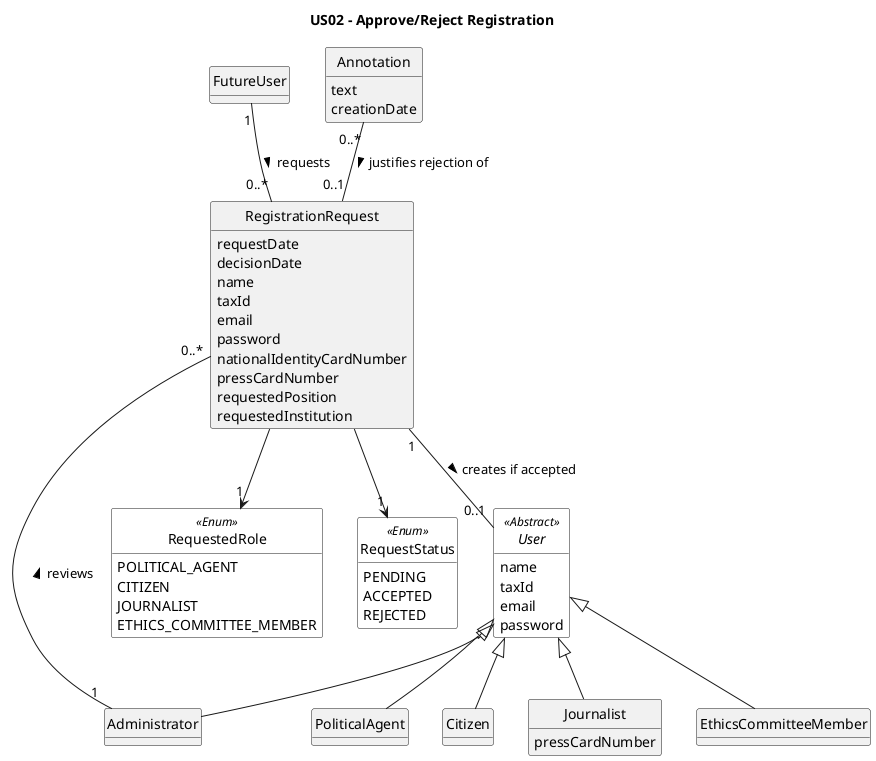
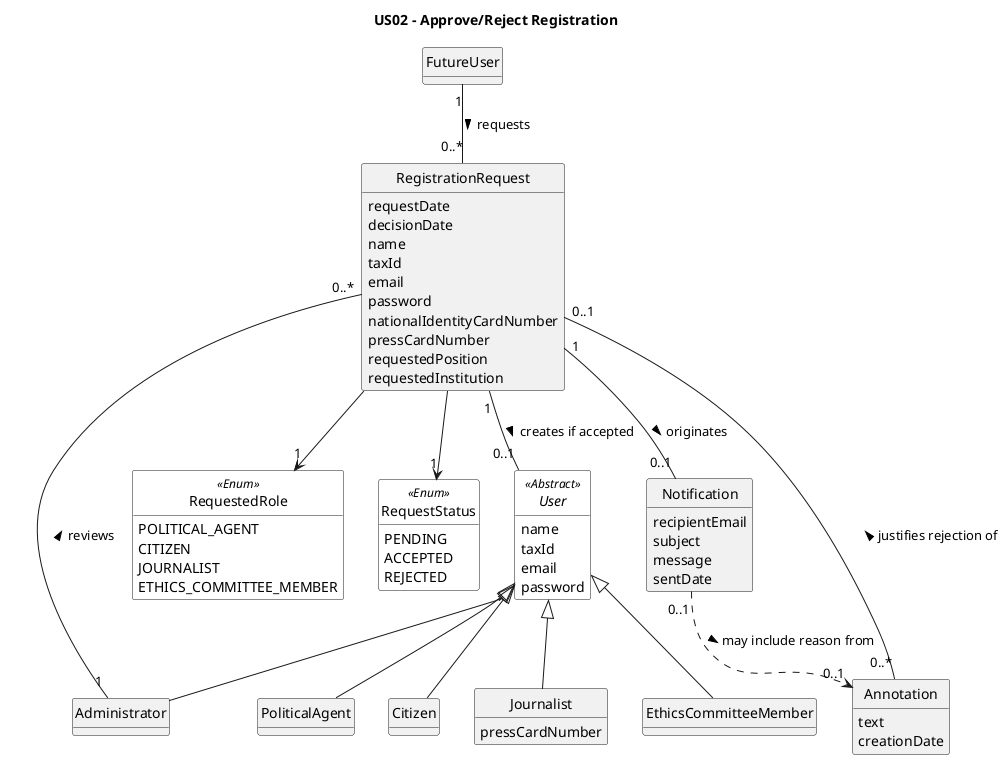
@startuml
title US02 - Approve/Reject Registration
skinparam monochrome true
skinparam packageStyle rectangle
skinparam shadowing false
skinparam classAttributeIconSize 0

hide circle
hide methods

show <<Abstract>> circle
show <<Enum>> circle

skinparam class {
    BackgroundColor<<Abstract>> White
    BackgroundColor<<Enum>> White
}

enum RequestedRole << Enum >> {
  POLITICAL_AGENT
  CITIZEN
  JOURNALIST
  ETHICS_COMMITTEE_MEMBER
}

enum RequestStatus << Enum >> {
  PENDING
  ACCEPTED
  REJECTED
}

abstract class User << Abstract >> {
  name
  taxId
  email
  password
}

class FutureUser {
}

class PoliticalAgent {
}

class Citizen {
}

class Journalist {
  pressCardNumber
}

class EthicsCommitteeMember {
}

class Administrator {
}

class RegistrationRequest {
  requestDate
  decisionDate
  name
  taxId
  email
  password
  nationalIdentityCardNumber
  pressCardNumber
  requestedPosition
  requestedInstitution
}

class Annotation {
  text
  creationDate
}

+ class Notification {
+   recipientEmail
+   subject
+   message
+   sentDate
+ }
+ 
+ 
User <|-- PoliticalAgent
User <|-- Citizen
User <|-- Journalist
User <|-- EthicsCommitteeMember
User <|-- Administrator

FutureUser "1" -- "0..*" RegistrationRequest : requests >
Administrator "1" -- "0..*" RegistrationRequest : reviews >

RegistrationRequest --> "1" RequestStatus
RegistrationRequest --> "1" RequestedRole

RegistrationRequest "1" -- "0..1" User : creates if accepted >
Annotation "0..*" -- "0..1" RegistrationRequest : justifies rejection of >
+ RegistrationRequest "1" -- "0..1" Notification : originates >
+ Notification "0..1" ..> "0..1" Annotation : may include reason from >

- @enduml+ @enduml
